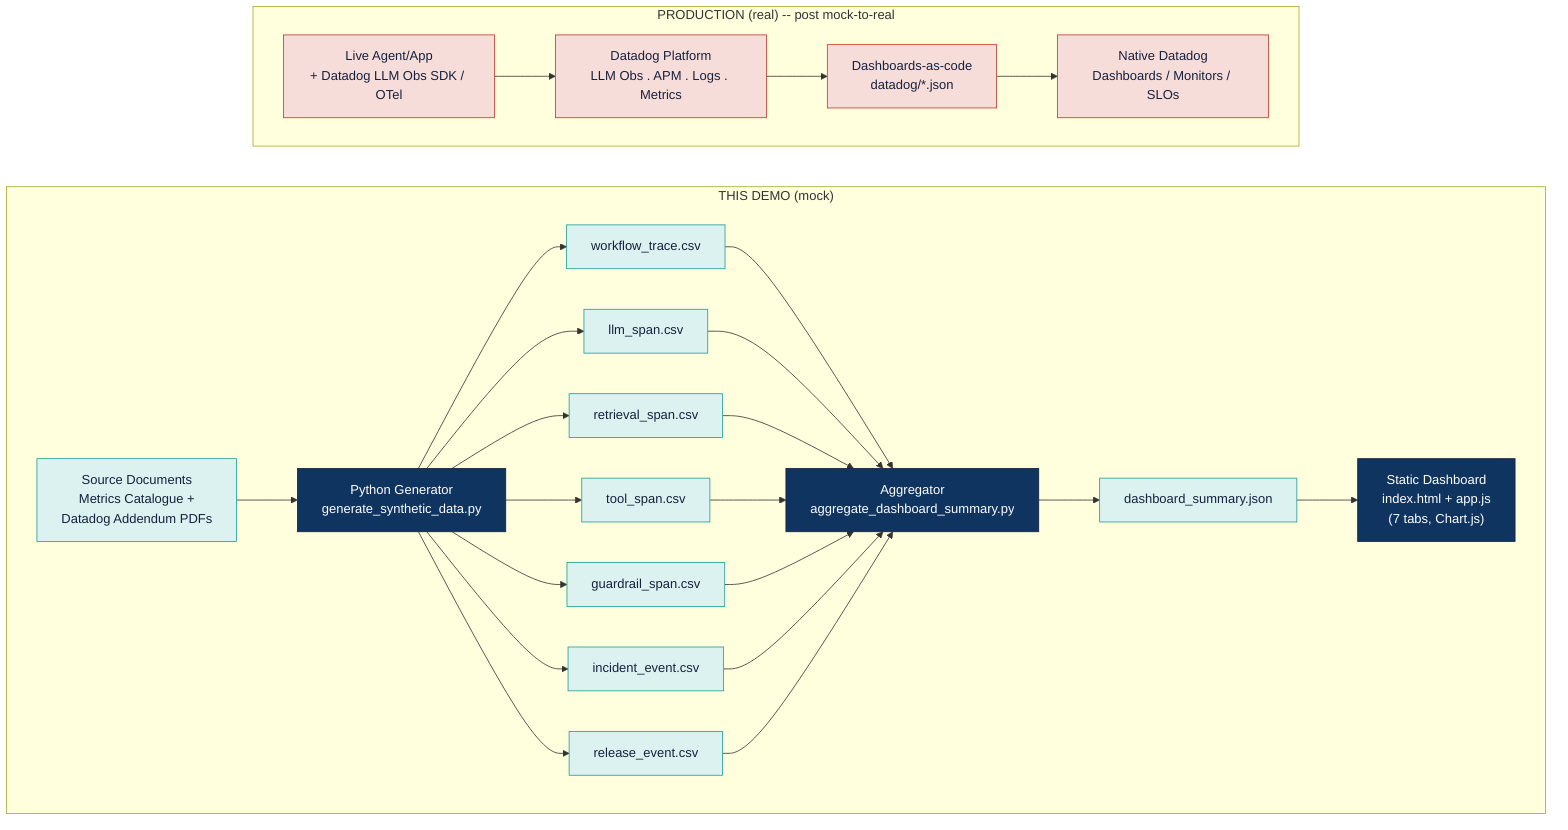
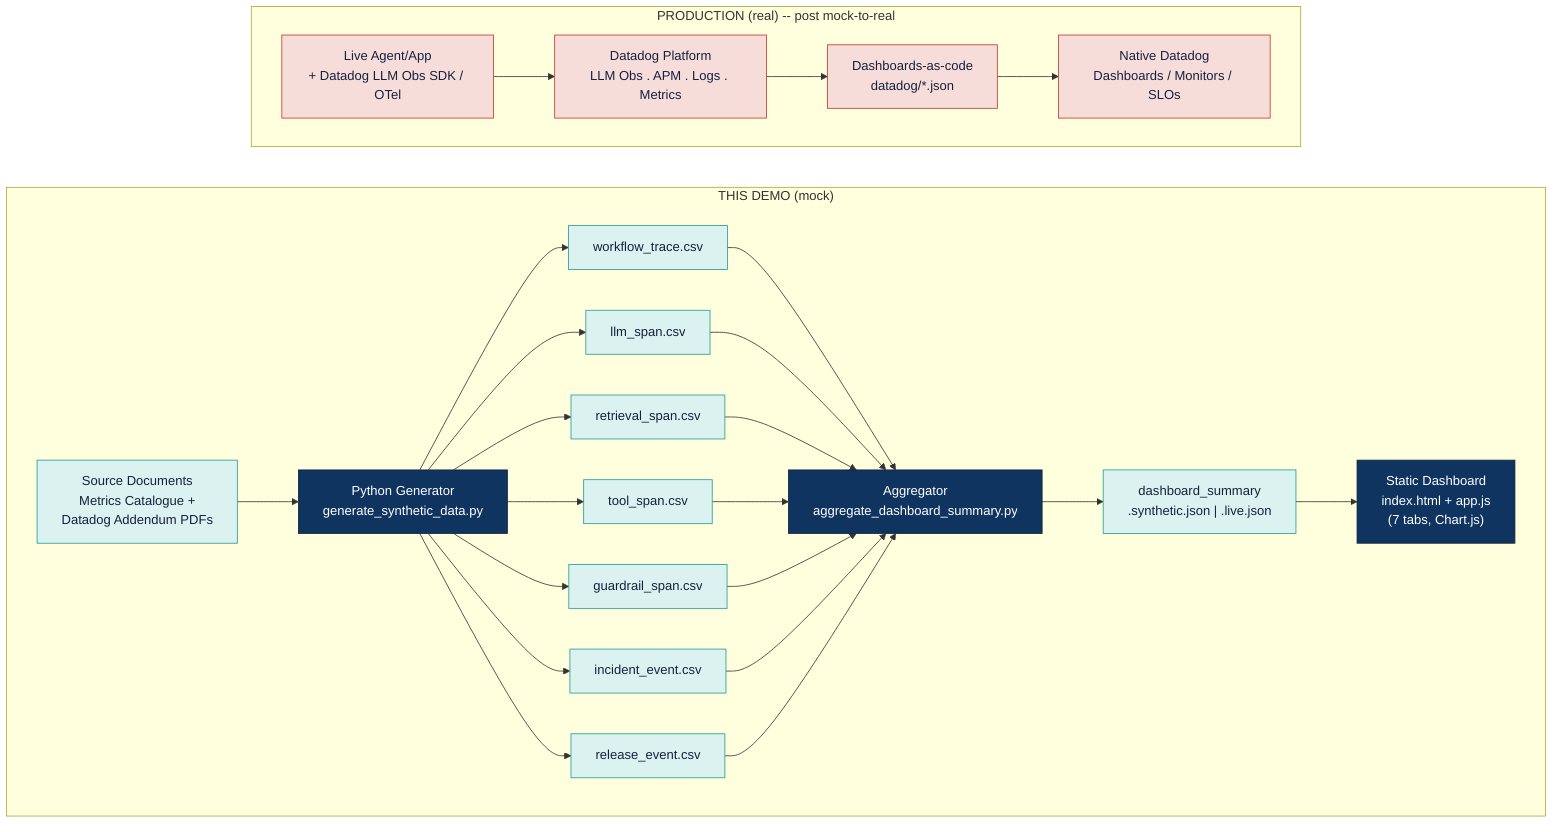
%% Demo Data Flow -- Synthetic Telemetry Pipeline (Mock)
%% This repo's mock pipeline mirrors the shape of a real ingestion pipeline, field for field.
flowchart LR
    subgraph MOCK["THIS DEMO (mock)"]
        direction LR
        SRC["Source Documents<br/>Metrics Catalogue +<br/>Datadog Addendum PDFs"] --> GEN["Python Generator<br/>generate_synthetic_data.py"]
        GEN --> S1["workflow_trace.csv"]
        GEN --> S2["llm_span.csv"]
        GEN --> S3["retrieval_span.csv"]
        GEN --> S4["tool_span.csv"]
        GEN --> S5["guardrail_span.csv"]
        GEN --> S6["incident_event.csv"]
        GEN --> S7["release_event.csv"]
        S1 & S2 & S3 & S4 & S5 & S6 & S7 --> AGG["Aggregator<br/>aggregate_dashboard_summary.py"]
-         AGG --> JSON["dashboard_summary.json"]
+         AGG --> JSON["dashboard_summary<br/>.synthetic.json | .live.json"]
        JSON --> DASH["Static Dashboard<br/>index.html + app.js<br/>(7 tabs, Chart.js)"]
    end

    subgraph REAL["PRODUCTION (real) -- post mock-to-real"]
        direction LR
        LIVE["Live Agent/App<br/>+ Datadog LLM Obs SDK / OTel"] --> DD["Datadog Platform<br/>LLM Obs . APM . Logs . Metrics"]
        DD --> DAC["Dashboards-as-code<br/>datadog/*.json"]
        DAC --> NDD["Native Datadog<br/>Dashboards / Monitors / SLOs"]
    end

    classDef mockNode fill:#DCF2F0,stroke:#1F9E97,color:#16213E
    classDef genNode fill:#0F3460,stroke:#16213E,color:#fff
    classDef realNode fill:#F7DDDA,stroke:#C0392B,color:#16213E
    class S1,S2,S3,S4,S5,S6,S7 mockNode
    class GEN,AGG,DASH genNode
    class JSON mockNode
    class SRC mockNode
    class LIVE,DD,DAC,NDD realNode
